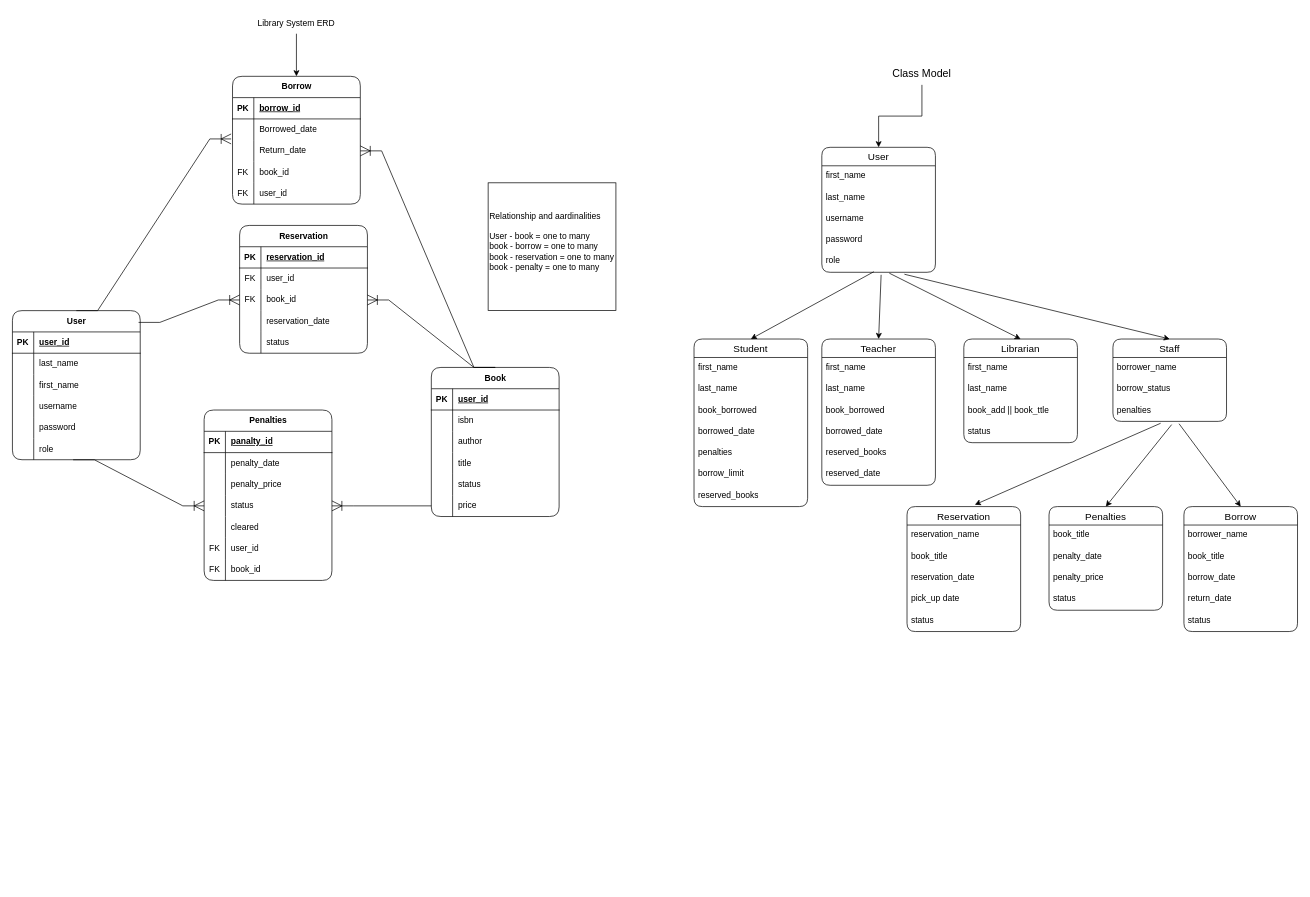
The draw.io diagram library_system/librarysystemrevised.drawio in ellerib/AP3, before the edit. Source tidied: cells renumbered, new cells numbered last; positions are measured from the earlier drawing's top-left corner, leaving out a move shared by most shapes. Both pictures are drawn from the tidied source at 71%, with x=0, y=0 at pixel (12, -45).
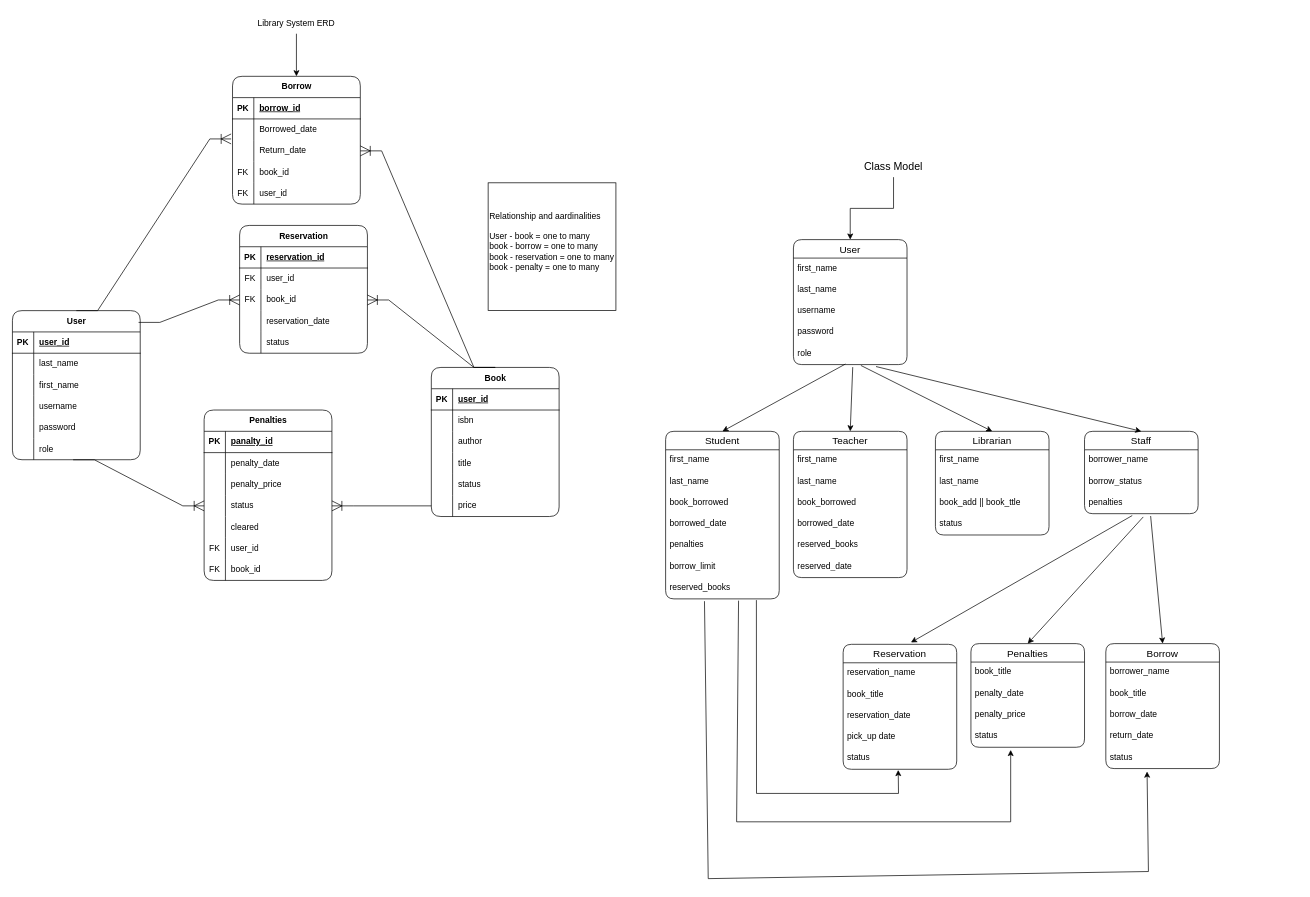
Above is the later version.

The change refers to these unchanged cells:
```xml
<mxCell id="40" value="Borrow" style="shape=table;startSize=30;childLayout=tableLayout;rowLines=0;fontStyle=1;align=center;html=1;rounded=1;" parent="1" vertex="1">
  <mxGeometry x="310" y="170" width="180" height="180" as="geometry" />
</mxCell>
<mxCell id="114" value="reserved_books" style="text;strokeColor=none;fillColor=none;spacingLeft=4;spacingRight=4;overflow=hidden;points=[[0,0.5],[1,0.5]];portConstraint=eastwest;fontSize=12;whiteSpace=wrap;html=1;" parent="107" vertex="1">
  <mxGeometry y="206" width="160" height="30" as="geometry" />
</mxCell>
```

Change to the diagram source:
```diff
@@
+    <mxCell id="126" style="edgeStyle=orthogonalEdgeStyle;rounded=0;jettySize=auto;html=1;exitX=0.5;exitY=1;exitDx=0;exitDy=0;entryX=0.5;entryY=0;entryDx=0;entryDy=0;" parent="1" edge="1" source="127" target="40">
+      <mxGeometry relative="1" as="geometry" />
+    </mxCell>
+    <mxCell id="127" value="Library System ERD" style="text;strokeColor=none;align=center;fillColor=none;html=1;verticalAlign=middle;whiteSpace=wrap;rounded=0;" parent="1" vertex="1">
+      <mxGeometry x="325" y="80" width="150" height="30" as="geometry" />
+    </mxCell>
     <mxCell id="101" value="User" style="swimlane;fontStyle=0;horizontal=1;startSize=26;align=center;fontSize=14;rounded=1;" parent="1" vertex="1">
-      <mxGeometry x="1140" y="270" width="160" height="176" as="geometry" />
+      <mxGeometry x="1100" y="400" width="160" height="176" as="geometry" />
     </mxCell>
-    <mxCell id="102" value="first_name" style="text;spacingLeft=4;spacingRight=4;overflow=hidden;fontSize=12;whiteSpace=wrap;html=1;" parent="101" vertex="1">
-      <mxGeometry y="26" width="160" height="30" as="geometry" />
-    </mxCell>
-    <mxCell id="103" value="last_name" style="text;spacingLeft=4;spacingRight=4;overflow=hidden;fontSize=12;whiteSpace=wrap;html=1;" parent="101" vertex="1">
-      <mxGeometry y="56" width="160" height="30" as="geometry" />
-    </mxCell>
+    <mxCell id="159" value="first_name" style="text;spacingLeft=4;spacingRight=4;overflow=hidden;fontSize=12;whiteSpace=wrap;html=1;" parent="101" vertex="1">
+      <mxGeometry y="26" width="160" height="30" as="geometry" />
+    </mxCell>
+    <mxCell id="160" value="last_name" style="text;spacingLeft=4;spacingRight=4;overflow=hidden;fontSize=12;whiteSpace=wrap;html=1;" parent="101" vertex="1">
+      <mxGeometry y="56" width="160" height="30" as="geometry" />
+    </mxCell>
@@
     <mxCell id="107" value="Student" style="swimlane;fontStyle=0;horizontal=1;startSize=26;align=center;fontSize=14;rounded=1;" parent="1" vertex="1">
-      <mxGeometry x="960" y="540" width="160" height="236" as="geometry" />
+      <mxGeometry x="920" y="670" width="160" height="236" as="geometry" />
     </mxCell>
@@
     <mxCell id="116" value="Teacher" style="swimlane;fontStyle=0;horizontal=1;startSize=26;align=center;fontSize=14;rounded=1;" parent="1" vertex="1">
-      <mxGeometry x="1140" y="540" width="160" height="206" as="geometry" />
+      <mxGeometry x="1100" y="670" width="160" height="206" as="geometry" />
     </mxCell>
-    <mxCell id="117" value="first_name" style="text;spacingLeft=4;spacingRight=4;overflow=hidden;fontSize=12;whiteSpace=wrap;html=1;" parent="116" vertex="1">
-      <mxGeometry y="26" width="160" height="30" as="geometry" />
-    </mxCell>
-    <mxCell id="118" value="last_name" style="text;spacingLeft=4;spacingRight=4;overflow=hidden;fontSize=12;whiteSpace=wrap;html=1;" parent="116" vertex="1">
-      <mxGeometry y="56" width="160" height="30" as="geometry" />
-    </mxCell>
+    <mxCell id="161" value="first_name" style="text;spacingLeft=4;spacingRight=4;overflow=hidden;fontSize=12;whiteSpace=wrap;html=1;" parent="116" vertex="1">
+      <mxGeometry y="26" width="160" height="30" as="geometry" />
+    </mxCell>
+    <mxCell id="162" value="last_name" style="text;spacingLeft=4;spacingRight=4;overflow=hidden;fontSize=12;whiteSpace=wrap;html=1;" parent="116" vertex="1">
+      <mxGeometry y="56" width="160" height="30" as="geometry" />
+    </mxCell>
@@
     <mxCell id="125" value="Class Model" style="text;strokeColor=none;align=center;fillColor=none;html=1;verticalAlign=middle;whiteSpace=wrap;rounded=0;fontSize=15;" parent="1" vertex="1">
-      <mxGeometry x="1230" y="150" width="102" height="32" as="geometry" />
+      <mxGeometry x="1190" y="280" width="102" height="32" as="geometry" />
     </mxCell>
-    <mxCell id="126" style="edgeStyle=orthogonalEdgeStyle;rounded=0;jettySize=auto;html=1;exitX=0.5;exitY=1;exitDx=0;exitDy=0;entryX=0.5;entryY=0;entryDx=0;entryDy=0;" parent="1" edge="1" source="127" target="40">
-      <mxGeometry relative="1" as="geometry" />
-    </mxCell>
-    <mxCell id="127" value="Library System ERD" style="text;strokeColor=none;align=center;fillColor=none;html=1;verticalAlign=middle;whiteSpace=wrap;rounded=0;" parent="1" vertex="1">
-      <mxGeometry x="325" y="80" width="150" height="30" as="geometry" />
-    </mxCell>
     <mxCell id="128" value="Borrow" style="swimlane;fontStyle=0;horizontal=1;startSize=26;align=center;fontSize=14;rounded=1;" parent="1" vertex="1">
-      <mxGeometry x="1650" y="776" width="160" height="176" as="geometry" />
+      <mxGeometry x="1540" y="969" width="160" height="176" as="geometry" />
     </mxCell>
-    <mxCell id="129" value="borrower_name" style="text;spacingLeft=4;spacingRight=4;overflow=hidden;fontSize=12;whiteSpace=wrap;html=1;" parent="128" vertex="1">
-      <mxGeometry y="26" width="160" height="30" as="geometry" />
-    </mxCell>
-    <mxCell id="130" value="book_title" style="text;spacingLeft=4;spacingRight=4;overflow=hidden;fontSize=12;whiteSpace=wrap;html=1;" parent="128" vertex="1">
-      <mxGeometry y="56" width="160" height="30" as="geometry" />
-    </mxCell>
+    <mxCell id="163" value="borrower_name" style="text;spacingLeft=4;spacingRight=4;overflow=hidden;fontSize=12;whiteSpace=wrap;html=1;" parent="128" vertex="1">
+      <mxGeometry y="26" width="160" height="30" as="geometry" />
+    </mxCell>
+    <mxCell id="164" value="book_title" style="text;spacingLeft=4;spacingRight=4;overflow=hidden;fontSize=12;whiteSpace=wrap;html=1;" parent="128" vertex="1">
+      <mxGeometry y="56" width="160" height="30" as="geometry" />
+    </mxCell>
@@
-    <mxCell id="133" value="status" style="text;spacingLeft=4;spacingRight=4;overflow=hidden;fontSize=12;whiteSpace=wrap;html=1;" parent="128" vertex="1">
-      <mxGeometry y="146" width="160" height="30" as="geometry" />
-    </mxCell>
+    <mxCell id="165" value="status" style="text;spacingLeft=4;spacingRight=4;overflow=hidden;points=[[0,0.5],[1,0.5]];portConstraint=eastwest;fontSize=12;whiteSpace=wrap;html=1;" parent="128" vertex="1">
+      <mxGeometry y="146" width="160" height="30" as="geometry" />
+    </mxCell>
     <mxCell id="134" value="Reservation" style="swimlane;fontStyle=0;horizontal=1;startSize=26;align=center;fontSize=14;rounded=1;" parent="1" vertex="1">
-      <mxGeometry x="1260" y="776" width="160" height="176" as="geometry" />
+      <mxGeometry x="1170" y="970" width="160" height="176" as="geometry" />
     </mxCell>
@@
-    <mxCell id="136" value="book_title" style="text;spacingLeft=4;spacingRight=4;overflow=hidden;fontSize=12;whiteSpace=wrap;html=1;" parent="134" vertex="1">
-      <mxGeometry y="56" width="160" height="30" as="geometry" />
-    </mxCell>
+    <mxCell id="166" value="book_title" style="text;spacingLeft=4;spacingRight=4;overflow=hidden;fontSize=12;whiteSpace=wrap;html=1;" parent="134" vertex="1">
+      <mxGeometry y="56" width="160" height="30" as="geometry" />
+    </mxCell>
@@
-    <mxCell id="139" value="status" style="text;spacingLeft=4;spacingRight=4;overflow=hidden;fontSize=12;whiteSpace=wrap;html=1;" parent="134" vertex="1">
-      <mxGeometry y="146" width="160" height="30" as="geometry" />
-    </mxCell>
+    <mxCell id="167" value="status" style="text;spacingLeft=4;spacingRight=4;overflow=hidden;points=[[0,0.5],[1,0.5]];portConstraint=eastwest;fontSize=12;whiteSpace=wrap;html=1;" parent="134" vertex="1">
+      <mxGeometry y="146" width="160" height="30" as="geometry" />
+    </mxCell>
     <mxCell id="140" value="Librarian" style="swimlane;fontStyle=0;horizontal=1;startSize=26;align=center;fontSize=14;rounded=1;" parent="1" vertex="1">
-      <mxGeometry x="1340" y="540" width="160" height="146" as="geometry" />
+      <mxGeometry x="1300" y="670" width="160" height="146" as="geometry" />
     </mxCell>
-    <mxCell id="141" value="first_name" style="text;spacingLeft=4;spacingRight=4;overflow=hidden;fontSize=12;whiteSpace=wrap;html=1;" parent="140" vertex="1">
-      <mxGeometry y="26" width="160" height="30" as="geometry" />
-    </mxCell>
-    <mxCell id="142" value="last_name" style="text;spacingLeft=4;spacingRight=4;overflow=hidden;fontSize=12;whiteSpace=wrap;html=1;" parent="140" vertex="1">
-      <mxGeometry y="56" width="160" height="30" as="geometry" />
-    </mxCell>
+    <mxCell id="168" value="first_name" style="text;spacingLeft=4;spacingRight=4;overflow=hidden;fontSize=12;whiteSpace=wrap;html=1;" parent="140" vertex="1">
+      <mxGeometry y="26" width="160" height="30" as="geometry" />
+    </mxCell>
+    <mxCell id="169" value="last_name" style="text;spacingLeft=4;spacingRight=4;overflow=hidden;fontSize=12;whiteSpace=wrap;html=1;" parent="140" vertex="1">
+      <mxGeometry y="56" width="160" height="30" as="geometry" />
+    </mxCell>
@@
-    <mxCell id="144" value="status" style="text;spacingLeft=4;spacingRight=4;overflow=hidden;fontSize=12;whiteSpace=wrap;html=1;" parent="140" vertex="1">
-      <mxGeometry y="116" width="160" height="30" as="geometry" />
-    </mxCell>
+    <mxCell id="170" value="status" style="text;spacingLeft=4;spacingRight=4;overflow=hidden;fontSize=12;whiteSpace=wrap;html=1;" parent="140" vertex="1">
+      <mxGeometry y="116" width="160" height="30" as="geometry" />
+    </mxCell>
@@
     <mxCell id="146" value="Staff" style="swimlane;fontStyle=0;horizontal=1;startSize=26;align=center;fontSize=14;rounded=1;" parent="1" vertex="1">
-      <mxGeometry x="1550" y="540" width="160" height="116" as="geometry" />
+      <mxGeometry x="1510" y="670" width="160" height="116" as="geometry" />
     </mxCell>
-    <mxCell id="147" value="borrower_name" style="text;spacingLeft=4;spacingRight=4;overflow=hidden;fontSize=12;whiteSpace=wrap;html=1;" parent="146" vertex="1">
-      <mxGeometry y="26" width="160" height="30" as="geometry" />
-    </mxCell>
+    <mxCell id="171" value="borrower_name" style="text;spacingLeft=4;spacingRight=4;overflow=hidden;fontSize=12;whiteSpace=wrap;html=1;" parent="146" vertex="1">
+      <mxGeometry y="26" width="160" height="30" as="geometry" />
+    </mxCell>
@@
     <mxCell id="151" value="Penalties" style="swimlane;fontStyle=0;horizontal=1;startSize=26;align=center;fontSize=14;rounded=1;" parent="1" vertex="1">
-      <mxGeometry x="1460" y="776" width="160" height="146" as="geometry" />
+      <mxGeometry x="1350" y="969" width="160" height="146" as="geometry" />
     </mxCell>
@@
-    <mxCell id="155" value="status" style="text;spacingLeft=4;spacingRight=4;overflow=hidden;fontSize=12;whiteSpace=wrap;html=1;" parent="151" vertex="1">
-      <mxGeometry y="116" width="160" height="30" as="geometry" />
-    </mxCell>
+    <mxCell id="172" value="status" style="text;spacingLeft=4;spacingRight=4;overflow=hidden;points=[[0,0.5],[1,0.5]];portConstraint=eastwest;fontSize=12;whiteSpace=wrap;html=1;" parent="151" vertex="1">
+      <mxGeometry y="116" width="160" height="30" as="geometry" />
+    </mxCell>
@@
+    <mxCell id="173" style="endArrow=classic;html=1;rounded=0;exitX=0.799;exitY=1.057;exitDx=0;exitDy=0;exitPerimeter=0;entryX=0.485;entryY=1.032;entryDx=0;entryDy=0;entryPerimeter=0;" parent="1" edge="1" source="114" target="167">
+      <mxGeometry relative="1" as="geometry">
+        <Array as="points">
+          <mxPoint x="1048" y="1180" />
+          <mxPoint x="1248" y="1180" />
+        </Array>
+      </mxGeometry>
+    </mxCell>
+    <mxCell id="174" style="endArrow=classic;html=1;rounded=0;exitX=0.642;exitY=1.083;exitDx=0;exitDy=0;exitPerimeter=0;entryX=0.35;entryY=1.125;entryDx=0;entryDy=0;entryPerimeter=0;" parent="1" edge="1" source="114" target="172">
+      <mxGeometry relative="1" as="geometry">
+        <Array as="points">
+          <mxPoint x="1020" y="1220" />
+          <mxPoint x="1406" y="1220" />
+        </Array>
+      </mxGeometry>
+    </mxCell>
+    <mxCell id="175" style="endArrow=classic;html=1;rounded=0;exitX=0.342;exitY=1.108;exitDx=0;exitDy=0;exitPerimeter=0;entryX=0.363;entryY=1.141;entryDx=0;entryDy=0;entryPerimeter=0;" parent="1" edge="1" source="114" target="165">
+      <mxGeometry relative="1" as="geometry">
+        <Array as="points">
+          <mxPoint x="980" y="1300" />
+          <mxPoint x="1600" y="1290" />
+        </Array>
+      </mxGeometry>
+    </mxCell>
```
